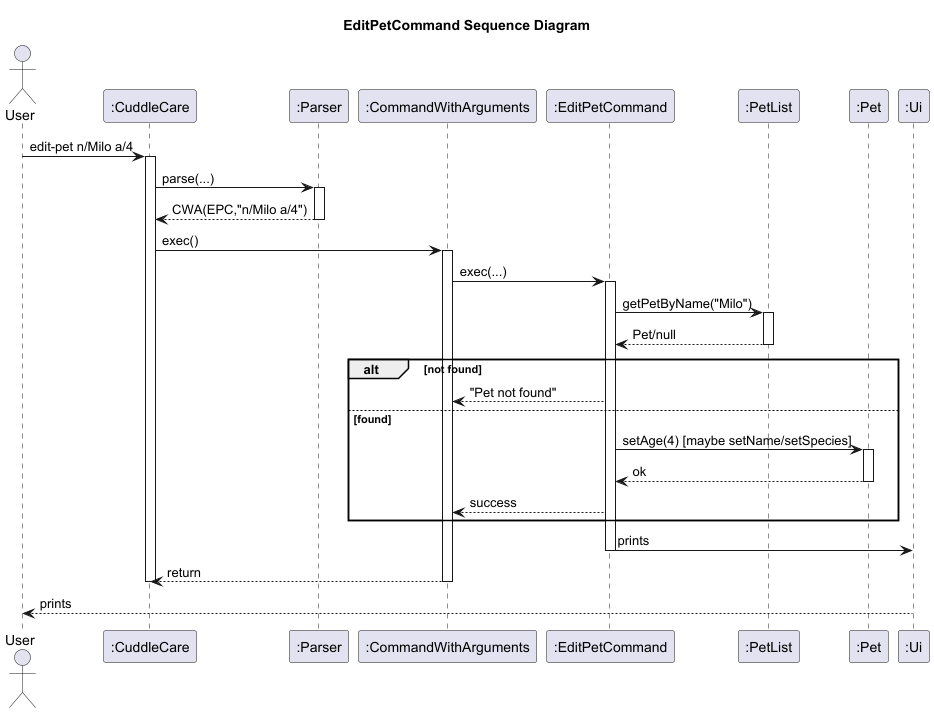
This is docs/diagrams/EditPetCommand_Sequence_Diagram.png from Kevin88866/tp, a PlantUML export, as it was before one commit.
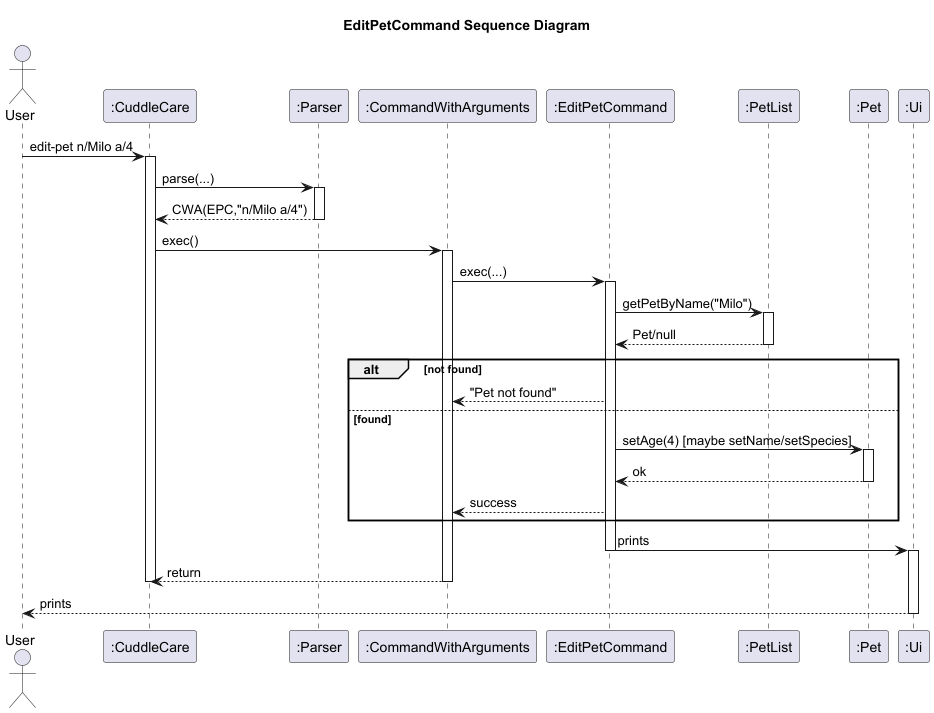
Above is the later version.

Commit message:
modify editpet-sequence-diagram

Diff of the diagram source:
```diff
@@ -36,9 +36,11 @@
 end
   EPC -> Ui : prints
 deactivate EPC
+activate Ui
 CWA --> CuddleCare : return
 deactivate CWA
 deactivate CuddleCare
 Ui --> User : prints
+deactivate Ui
 
 @enduml
```
